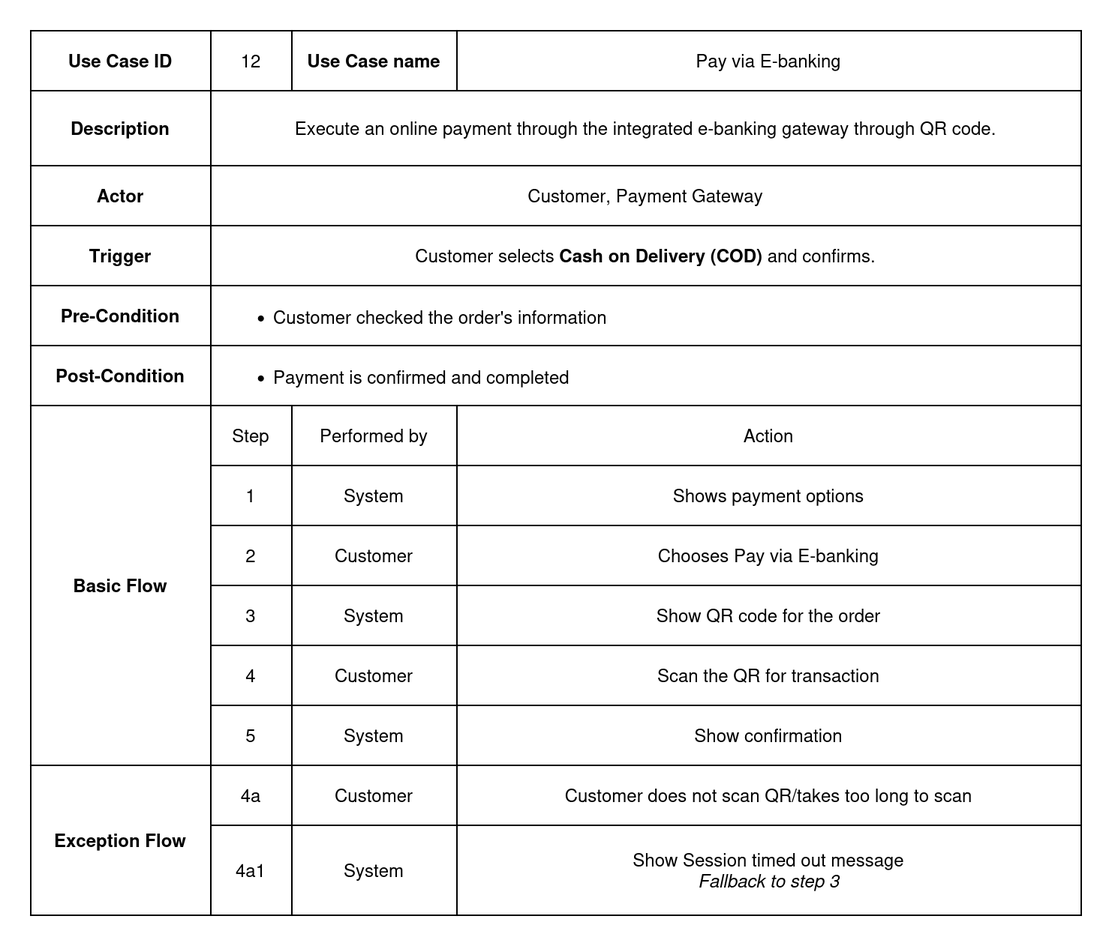
Earlier version of the draw.io export documentation/Images/usecase_metadata_card/uc_12_pay_via_e-banking.drawio.png (auphong2707/itse-laptopshop-management-web-application). Source tidied: cells renumbered, new cells last; positions are measured from the earlier drawing's top-left corner, leaving out a move shared by most shapes.
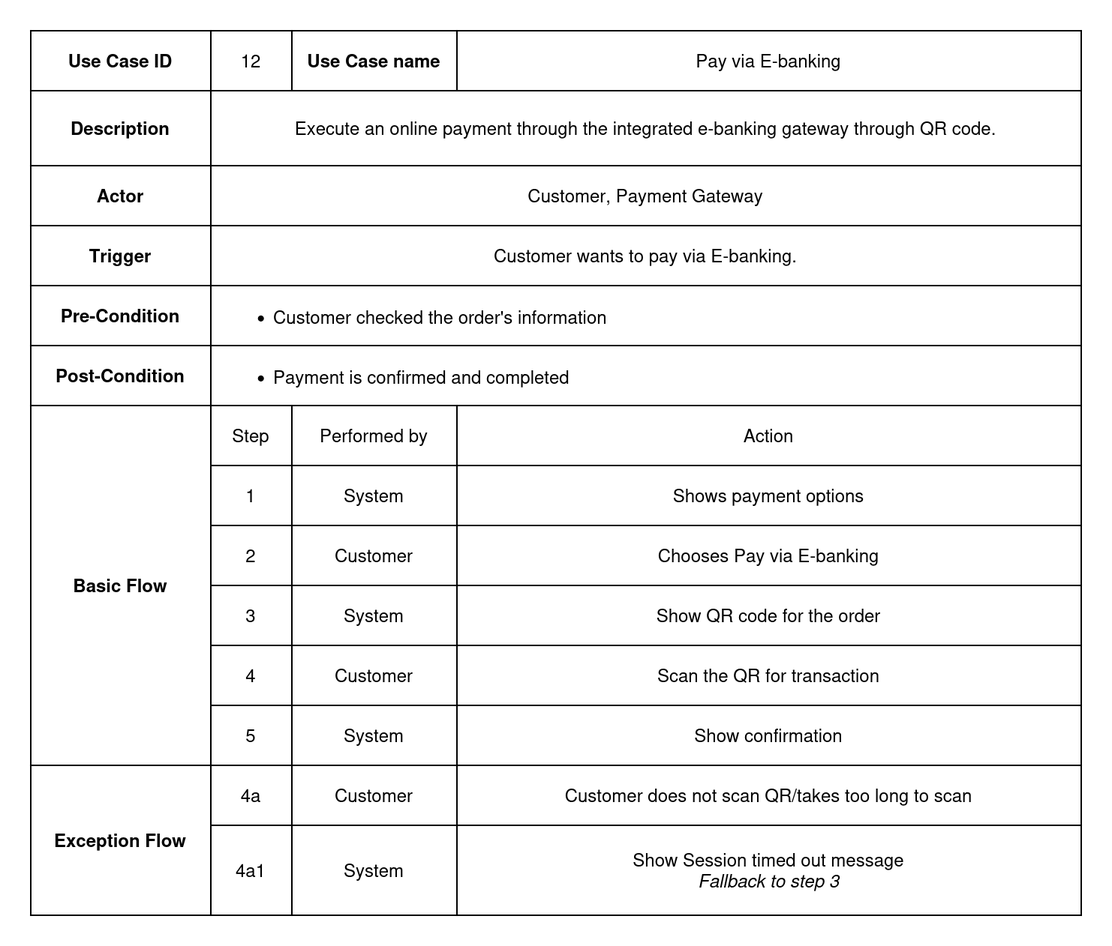
After the commit.

Diff of the diagram source:
```diff
@@ -44,7 +44,7 @@
     <mxCell id="15" value="Trigger" style="shape=partialRectangle;html=1;whiteSpace=wrap;strokeColor=inherit;overflow=hidden;fillColor=none;top=0;left=0;bottom=0;right=0;fontStyle=1;" parent="14" vertex="1">
       <mxGeometry width="120" height="40" as="geometry" />
     </mxCell>
-    <mxCell id="16" value="Customer selects &lt;strong&gt;Cash on Delivery (COD)&lt;/strong&gt; and confirms." style="shape=partialRectangle;html=1;whiteSpace=wrap;strokeColor=inherit;overflow=hidden;fillColor=none;top=0;left=0;bottom=0;right=0;rowspan=1;colspan=3;" parent="14" vertex="1">
+    <mxCell id="16" value="Customer wants to pay via E-banking." style="shape=partialRectangle;html=1;whiteSpace=wrap;strokeColor=inherit;overflow=hidden;fillColor=none;top=0;left=0;bottom=0;right=0;rowspan=1;colspan=3;" parent="14" vertex="1">
       <mxGeometry x="120" width="580" height="40" as="geometry" />
     </mxCell>
     <mxCell id="17" style="shape=tableRow;horizontal=0;startSize=0;swimlaneHead=0;swimlaneBody=0;strokeColor=inherit;top=0;left=0;bottom=0;right=0;fillColor=none;" parent="2" vertex="1">
```
